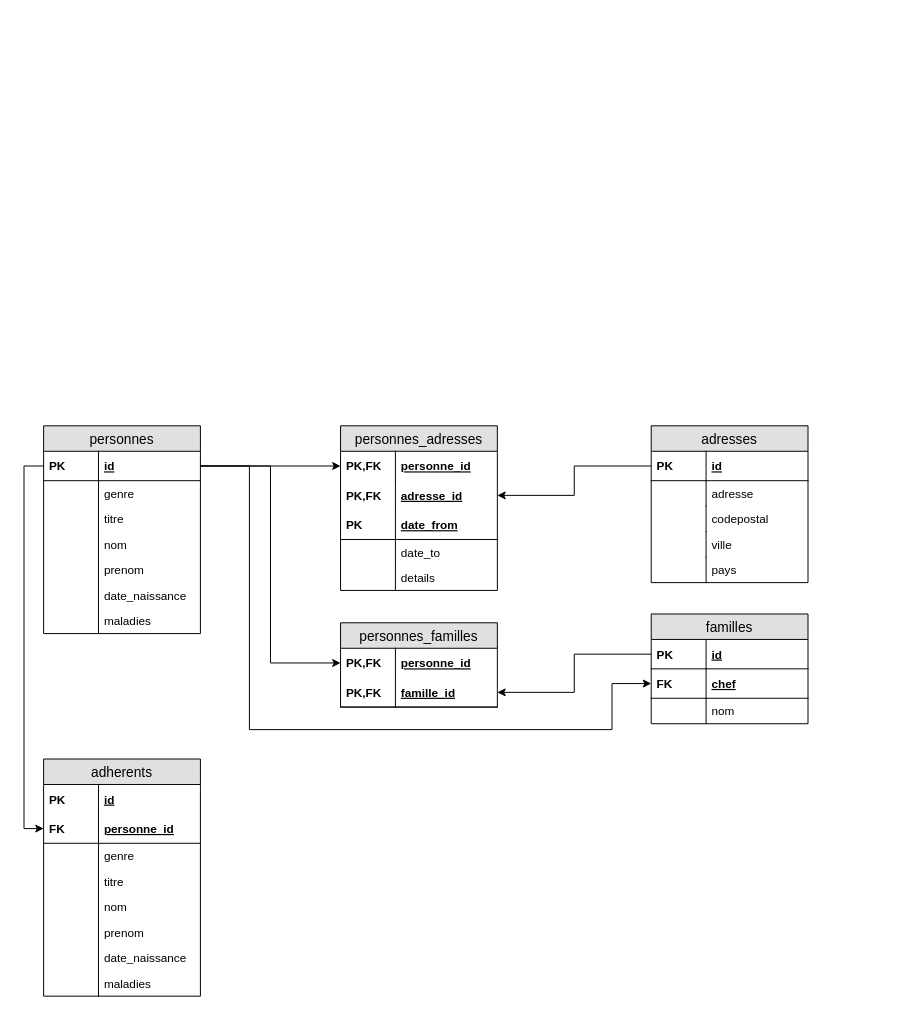
The draw.io diagram architecture.drawio in uniswim/uniswim, before the edit. Source tidied: cells renumbered, new cells numbered last; positions are measured from the earlier drawing's top-left corner, leaving out a move shared by most shapes. Both pictures are drawn from the tidied source at 98%, with x=0, y=0 at pixel (43, 425).
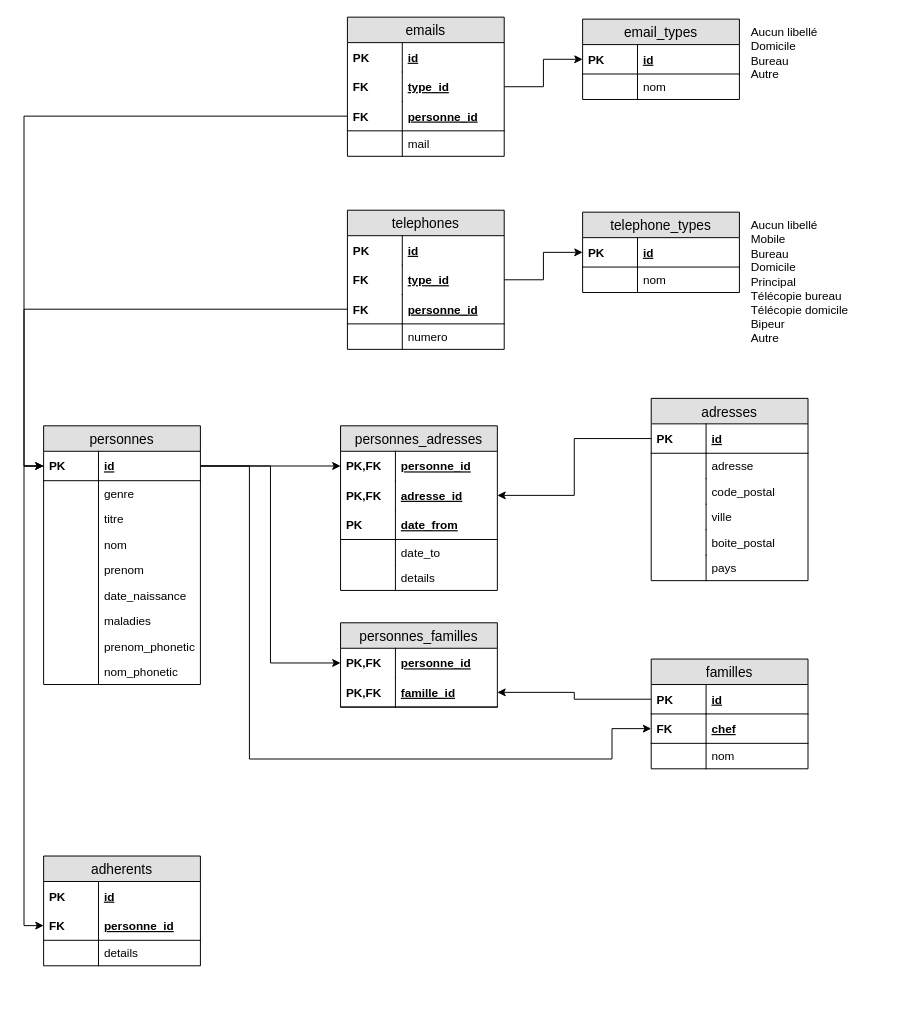
After the change.

The change refers to these unchanged cells:
```xml
<mxCell id="3" value="id" style="shape=partialRectangle;top=0;left=0;right=0;bottom=1;align=left;verticalAlign=middle;fillColor=none;spacingLeft=60;spacingRight=4;overflow=hidden;points=[[0,0.5],[1,0.5]];portConstraint=eastwest;fontStyle=5;fontSize=12;" parent="2" vertex="1">
  <mxGeometry y="26" width="160" height="30" as="geometry" />
</mxCell>
<mxCell id="44" value="chef" style="shape=partialRectangle;top=0;left=0;right=0;bottom=1;align=left;verticalAlign=middle;fillColor=none;spacingLeft=60;spacingRight=4;overflow=hidden;points=[[0,0.5],[1,0.5]];portConstraint=eastwest;fontStyle=5;fontSize=12;" parent="41" vertex="1">
  <mxGeometry y="56" width="160" height="30" as="geometry" />
</mxCell>
```

Change to the diagram source:
```diff
@@
     <mxCell id="2" value="personnes" style="swimlane;fontStyle=0;horizontal=1;startSize=26;fillColor=#e0e0e0;swimlaneFillColor=#ffffff;align=center;fontSize=14;" parent="1" vertex="1">
-      <mxGeometry width="160" height="212" as="geometry" />
+      <mxGeometry width="160" height="264" as="geometry" />
     </mxCell>
@@
+    <mxCell id="74" value="prenom_phonetic" style="shape=partialRectangle;top=0;left=0;right=0;bottom=0;align=left;verticalAlign=top;fillColor=none;spacingLeft=60;spacingRight=4;overflow=hidden;fontSize=12;" parent="2" vertex="1">
+      <mxGeometry y="212" width="160" height="26" as="geometry" />
+    </mxCell>
+    <mxCell id="75" style="shape=partialRectangle;top=0;left=0;bottom=0;fillColor=none;align=left;verticalAlign=top;spacingLeft=4;spacingRight=4;overflow=hidden;fontSize=12;" parent="74" vertex="1">
+      <mxGeometry width="56" height="26" as="geometry" />
+    </mxCell>
+    <mxCell id="76" value="nom_phonetic" style="shape=partialRectangle;top=0;left=0;right=0;bottom=0;align=left;verticalAlign=top;fillColor=none;spacingLeft=60;spacingRight=4;overflow=hidden;fontSize=12;" parent="2" vertex="1">
+      <mxGeometry y="238" width="160" height="26" as="geometry" />
+    </mxCell>
+    <mxCell id="77" style="shape=partialRectangle;top=0;left=0;bottom=0;fillColor=none;align=left;verticalAlign=top;spacingLeft=4;spacingRight=4;overflow=hidden;fontSize=12;" parent="76" vertex="1">
+      <mxGeometry width="56" height="26" as="geometry" />
+    </mxCell>
     <mxCell id="17" value="adresses" style="swimlane;fontStyle=0;horizontal=1;startSize=26;fillColor=#e0e0e0;swimlaneFillColor=#ffffff;align=center;fontSize=14;" parent="1" vertex="1">
-      <mxGeometry x="620" width="160" height="160" as="geometry" />
+      <mxGeometry x="620" y="-28" width="160" height="186" as="geometry" />
     </mxCell>
@@
-    <mxCell id="22" value="codepostal" style="shape=partialRectangle;top=0;left=0;right=0;bottom=0;align=left;verticalAlign=top;fillColor=none;spacingLeft=60;spacingRight=4;overflow=hidden;fontSize=12;" parent="17" vertex="1">
+    <mxCell id="22" value="code_postal" style="shape=partialRectangle;top=0;left=0;right=0;bottom=0;align=left;verticalAlign=top;fillColor=none;spacingLeft=60;spacingRight=4;overflow=hidden;fontSize=12;" parent="17" vertex="1">
       <mxGeometry y="82" width="160" height="26" as="geometry" />
     </mxCell>
@@
-    <mxCell id="26" value="pays" style="shape=partialRectangle;top=0;left=0;right=0;bottom=0;align=left;verticalAlign=top;fillColor=none;spacingLeft=60;spacingRight=4;overflow=hidden;fontSize=12;" parent="17" vertex="1">
+    <mxCell id="26" value="boite_postal" style="shape=partialRectangle;top=0;left=0;right=0;bottom=0;align=left;verticalAlign=top;fillColor=none;spacingLeft=60;spacingRight=4;overflow=hidden;fontSize=12;" parent="17" vertex="1">
       <mxGeometry y="134" width="160" height="26" as="geometry" />
     </mxCell>
@@
+    <mxCell id="78" value="pays" style="shape=partialRectangle;top=0;left=0;right=0;bottom=0;align=left;verticalAlign=top;fillColor=none;spacingLeft=60;spacingRight=4;overflow=hidden;fontSize=12;" parent="17" vertex="1">
+      <mxGeometry y="160" width="160" height="26" as="geometry" />
+    </mxCell>
+    <mxCell id="79" style="shape=partialRectangle;top=0;left=0;bottom=0;fillColor=none;align=left;verticalAlign=top;spacingLeft=4;spacingRight=4;overflow=hidden;fontSize=12;" parent="78" vertex="1">
+      <mxGeometry width="56" height="26" as="geometry" />
+    </mxCell>
@@
     <mxCell id="41" value="familles" style="swimlane;fontStyle=0;horizontal=1;startSize=26;fillColor=#e0e0e0;swimlaneFillColor=#ffffff;align=center;fontSize=14;" parent="1" vertex="1">
-      <mxGeometry x="620" y="192" width="160" height="112" as="geometry" />
+      <mxGeometry x="620" y="238" width="160" height="112" as="geometry" />
     </mxCell>
@@
     <mxCell id="55" style="edgeStyle=orthogonalEdgeStyle;rounded=0;jettySize=auto;html=1;exitX=1;exitY=0.5;exitDx=0;exitDy=0;entryX=0;entryY=0.5;entryDx=0;entryDy=0;" parent="1" edge="1" source="3" target="44">
       <mxGeometry relative="1" as="geometry">
         <Array as="points">
           <mxPoint x="210" y="41" />
-          <mxPoint x="210" y="310" />
-          <mxPoint x="580" y="310" />
-          <mxPoint x="580" y="263" />
+          <mxPoint x="210" y="340" />
+          <mxPoint x="580" y="340" />
+          <mxPoint x="580" y="309" />
         </Array>
       </mxGeometry>
     </mxCell>
     <mxCell id="56" value="adherents" style="swimlane;fontStyle=0;horizontal=1;startSize=26;fillColor=#e0e0e0;swimlaneFillColor=#ffffff;align=center;fontSize=14;" parent="1" vertex="1">
-      <mxGeometry y="340" width="160" height="242" as="geometry" />
+      <mxGeometry y="439" width="160" height="112" as="geometry" />
     </mxCell>
@@
-    <mxCell id="61" value="genre" style="shape=partialRectangle;top=0;left=0;right=0;bottom=0;align=left;verticalAlign=top;fillColor=none;spacingLeft=60;spacingRight=4;overflow=hidden;fontSize=12;" parent="56" vertex="1">
-      <mxGeometry y="86" width="160" height="26" as="geometry" />
-    </mxCell>
-    <mxCell id="62" style="shape=partialRectangle;top=0;left=0;bottom=0;fillColor=none;align=left;verticalAlign=top;spacingLeft=4;spacingRight=4;overflow=hidden;fontSize=12;" parent="61" vertex="1">
-      <mxGeometry width="56" height="26" as="geometry" />
-    </mxCell>
-    <mxCell id="63" value="titre" style="shape=partialRectangle;top=0;left=0;right=0;bottom=0;align=left;verticalAlign=top;fillColor=none;spacingLeft=60;spacingRight=4;overflow=hidden;fontSize=12;" parent="56" vertex="1">
-      <mxGeometry y="112" width="160" height="26" as="geometry" />
-    </mxCell>
-    <mxCell id="64" style="shape=partialRectangle;top=0;left=0;bottom=0;fillColor=none;align=left;verticalAlign=top;spacingLeft=4;spacingRight=4;overflow=hidden;fontSize=12;" parent="63" vertex="1">
-      <mxGeometry width="56" height="26" as="geometry" />
-    </mxCell>
-    <mxCell id="65" value="nom" style="shape=partialRectangle;top=0;left=0;right=0;bottom=0;align=left;verticalAlign=top;fillColor=none;spacingLeft=60;spacingRight=4;overflow=hidden;fontSize=12;" parent="56" vertex="1">
-      <mxGeometry y="138" width="160" height="26" as="geometry" />
-    </mxCell>
-    <mxCell id="66" style="shape=partialRectangle;top=0;left=0;bottom=0;fillColor=none;align=left;verticalAlign=top;spacingLeft=4;spacingRight=4;overflow=hidden;fontSize=12;" parent="65" vertex="1">
-      <mxGeometry width="56" height="26" as="geometry" />
-    </mxCell>
-    <mxCell id="67" value="prenom" style="shape=partialRectangle;top=0;left=0;right=0;bottom=0;align=left;verticalAlign=top;fillColor=none;spacingLeft=60;spacingRight=4;overflow=hidden;fontSize=12;" parent="56" vertex="1">
-      <mxGeometry y="164" width="160" height="26" as="geometry" />
-    </mxCell>
-    <mxCell id="68" style="shape=partialRectangle;top=0;left=0;bottom=0;fillColor=none;align=left;verticalAlign=top;spacingLeft=4;spacingRight=4;overflow=hidden;fontSize=12;" parent="67" vertex="1">
-      <mxGeometry width="56" height="26" as="geometry" />
-    </mxCell>
-    <mxCell id="69" value="date_naissance" style="shape=partialRectangle;top=0;left=0;right=0;bottom=0;align=left;verticalAlign=top;fillColor=none;spacingLeft=60;spacingRight=4;overflow=hidden;fontSize=12;" parent="56" vertex="1">
-      <mxGeometry y="190" width="160" height="26" as="geometry" />
-    </mxCell>
-    <mxCell id="70" style="shape=partialRectangle;top=0;left=0;bottom=0;fillColor=none;align=left;verticalAlign=top;spacingLeft=4;spacingRight=4;overflow=hidden;fontSize=12;" parent="69" vertex="1">
-      <mxGeometry width="56" height="26" as="geometry" />
-    </mxCell>
-    <mxCell id="71" value="maladies" style="shape=partialRectangle;top=0;left=0;right=0;bottom=0;align=left;verticalAlign=top;fillColor=none;spacingLeft=60;spacingRight=4;overflow=hidden;fontSize=12;" parent="56" vertex="1">
-      <mxGeometry y="216" width="160" height="26" as="geometry" />
+    <mxCell id="71" value="details" style="shape=partialRectangle;top=0;left=0;right=0;bottom=0;align=left;verticalAlign=top;fillColor=none;spacingLeft=60;spacingRight=4;overflow=hidden;fontSize=12;" parent="56" vertex="1">
+      <mxGeometry y="86" width="160" height="26" as="geometry" />
     </mxCell>
@@
+    <mxCell id="80" value="telephones" style="swimlane;fontStyle=0;horizontal=1;startSize=26;fillColor=#e0e0e0;swimlaneFillColor=#ffffff;align=center;fontSize=14;" parent="1" vertex="1">
+      <mxGeometry x="310" y="-220" width="160" height="142" as="geometry" />
+    </mxCell>
+    <mxCell id="81" value="id" style="shape=partialRectangle;top=0;left=0;right=0;bottom=1;align=left;verticalAlign=middle;fillColor=none;spacingLeft=60;spacingRight=4;overflow=hidden;fontStyle=5;fontSize=12;strokeColor=none;" parent="80" vertex="1">
+      <mxGeometry y="26" width="160" height="30" as="geometry" />
+    </mxCell>
+    <mxCell id="82" value="PK" style="shape=partialRectangle;fontStyle=1;top=0;left=0;bottom=0;fillColor=none;align=left;verticalAlign=middle;spacingLeft=4;spacingRight=4;overflow=hidden;fontSize=12;" parent="81" vertex="1">
+      <mxGeometry width="56" height="30" as="geometry" />
+    </mxCell>
+    <mxCell id="83" value="type_id" style="shape=partialRectangle;top=0;left=0;right=0;bottom=1;align=left;verticalAlign=middle;fillColor=none;spacingLeft=60;spacingRight=4;overflow=hidden;points=[[0,0.5],[1,0.5]];portConstraint=eastwest;fontStyle=5;fontSize=12;strokeColor=none;" parent="80" vertex="1">
+      <mxGeometry y="56" width="160" height="30" as="geometry" />
+    </mxCell>
+    <mxCell id="84" value="FK" style="shape=partialRectangle;fontStyle=1;top=0;left=0;bottom=0;fillColor=none;align=left;verticalAlign=middle;spacingLeft=4;spacingRight=4;overflow=hidden;fontSize=12;" parent="83" vertex="1">
+      <mxGeometry width="56" height="30" as="geometry" />
+    </mxCell>
+    <mxCell id="85" value="personne_id" style="shape=partialRectangle;top=0;left=0;right=0;bottom=1;align=left;verticalAlign=middle;fillColor=none;spacingLeft=60;spacingRight=4;overflow=hidden;points=[[0,0.5],[1,0.5]];portConstraint=eastwest;fontStyle=5;fontSize=12;" parent="80" vertex="1">
+      <mxGeometry y="86" width="160" height="30" as="geometry" />
+    </mxCell>
+    <mxCell id="86" value="FK" style="shape=partialRectangle;fontStyle=1;top=0;left=0;bottom=0;fillColor=none;align=left;verticalAlign=middle;spacingLeft=4;spacingRight=4;overflow=hidden;fontSize=12;" parent="85" vertex="1">
+      <mxGeometry width="56" height="30" as="geometry" />
+    </mxCell>
+    <mxCell id="87" value="numero" style="shape=partialRectangle;top=0;left=0;right=0;bottom=0;align=left;verticalAlign=top;fillColor=none;spacingLeft=60;spacingRight=4;overflow=hidden;fontSize=12;" parent="80" vertex="1">
+      <mxGeometry y="116" width="160" height="26" as="geometry" />
+    </mxCell>
+    <mxCell id="88" style="shape=partialRectangle;top=0;left=0;bottom=0;fillColor=none;align=left;verticalAlign=top;spacingLeft=4;spacingRight=4;overflow=hidden;fontSize=12;" parent="87" vertex="1">
+      <mxGeometry width="56" height="26" as="geometry" />
+    </mxCell>
+    <mxCell id="89" value="telephone_types" style="swimlane;fontStyle=0;horizontal=1;startSize=26;fillColor=#e0e0e0;swimlaneFillColor=#ffffff;align=center;fontSize=14;" parent="1" vertex="1">
+      <mxGeometry x="550" y="-218" width="160" height="82" as="geometry" />
+    </mxCell>
+    <mxCell id="90" value="id" style="shape=partialRectangle;top=0;left=0;right=0;bottom=1;align=left;verticalAlign=middle;fillColor=none;spacingLeft=60;spacingRight=4;overflow=hidden;points=[[0,0.5],[1,0.5]];portConstraint=eastwest;fontStyle=5;fontSize=12;" parent="89" vertex="1">
+      <mxGeometry y="26" width="160" height="30" as="geometry" />
+    </mxCell>
+    <mxCell id="91" value="PK" style="shape=partialRectangle;fontStyle=1;top=0;left=0;bottom=0;fillColor=none;align=left;verticalAlign=middle;spacingLeft=4;spacingRight=4;overflow=hidden;fontSize=12;" parent="90" vertex="1">
+      <mxGeometry width="56" height="30" as="geometry" />
+    </mxCell>
+    <mxCell id="92" value="nom" style="shape=partialRectangle;top=0;left=0;right=0;bottom=0;align=left;verticalAlign=top;fillColor=none;spacingLeft=60;spacingRight=4;overflow=hidden;fontSize=12;" parent="89" vertex="1">
+      <mxGeometry y="56" width="160" height="26" as="geometry" />
+    </mxCell>
+    <mxCell id="93" style="shape=partialRectangle;top=0;left=0;bottom=0;fillColor=none;align=left;verticalAlign=top;spacingLeft=4;spacingRight=4;overflow=hidden;fontSize=12;" parent="92" vertex="1">
+      <mxGeometry width="56" height="26" as="geometry" />
+    </mxCell>
+    <mxCell id="94" style="edgeStyle=orthogonalEdgeStyle;rounded=0;jettySize=auto;html=1;exitX=1;exitY=0.5;exitDx=0;exitDy=0;entryX=0;entryY=0.5;entryDx=0;entryDy=0;" parent="1" edge="1" source="83" target="90">
+      <mxGeometry relative="1" as="geometry" />
+    </mxCell>
+    <mxCell id="95" style="edgeStyle=orthogonalEdgeStyle;rounded=0;jettySize=auto;html=1;exitX=0;exitY=0.5;exitDx=0;exitDy=0;entryX=0;entryY=0.5;entryDx=0;entryDy=0;" parent="1" edge="1" source="85" target="3">
+      <mxGeometry relative="1" as="geometry" />
+    </mxCell>
+    <mxCell id="96" value="Aucun libellé&lt;br&gt;Mobile&lt;br&gt;Bureau&lt;br&gt;Domicile&lt;br&gt;Principal&lt;br&gt;Télécopie bureau&lt;br&gt;Télécopie domicile&lt;br&gt;Bipeur&lt;br&gt;Autre" style="text;html=1;strokeColor=none;fillColor=none;align=left;verticalAlign=top;whiteSpace=wrap;rounded=0;" parent="1" vertex="1">
+      <mxGeometry x="720" y="-218" width="160" height="141" as="geometry" />
+    </mxCell>
+    <mxCell id="97" value="emails" style="swimlane;fontStyle=0;horizontal=1;startSize=26;fillColor=#e0e0e0;swimlaneFillColor=#ffffff;align=center;fontSize=14;" parent="1" vertex="1">
+      <mxGeometry x="310" y="-417" width="160" height="142" as="geometry" />
+    </mxCell>
+    <mxCell id="98" value="id" style="shape=partialRectangle;top=0;left=0;right=0;bottom=1;align=left;verticalAlign=middle;fillColor=none;spacingLeft=60;spacingRight=4;overflow=hidden;fontStyle=5;fontSize=12;strokeColor=none;" parent="97" vertex="1">
+      <mxGeometry y="26" width="160" height="30" as="geometry" />
+    </mxCell>
+    <mxCell id="99" value="PK" style="shape=partialRectangle;fontStyle=1;top=0;left=0;bottom=0;fillColor=none;align=left;verticalAlign=middle;spacingLeft=4;spacingRight=4;overflow=hidden;fontSize=12;" parent="98" vertex="1">
+      <mxGeometry width="56" height="30" as="geometry" />
+    </mxCell>
+    <mxCell id="100" value="type_id" style="shape=partialRectangle;top=0;left=0;right=0;bottom=1;align=left;verticalAlign=middle;fillColor=none;spacingLeft=60;spacingRight=4;overflow=hidden;points=[[0,0.5],[1,0.5]];portConstraint=eastwest;fontStyle=5;fontSize=12;strokeColor=none;" parent="97" vertex="1">
+      <mxGeometry y="56" width="160" height="30" as="geometry" />
+    </mxCell>
+    <mxCell id="101" value="FK" style="shape=partialRectangle;fontStyle=1;top=0;left=0;bottom=0;fillColor=none;align=left;verticalAlign=middle;spacingLeft=4;spacingRight=4;overflow=hidden;fontSize=12;" parent="100" vertex="1">
+      <mxGeometry width="56" height="30" as="geometry" />
+    </mxCell>
+    <mxCell id="102" value="personne_id" style="shape=partialRectangle;top=0;left=0;right=0;bottom=1;align=left;verticalAlign=middle;fillColor=none;spacingLeft=60;spacingRight=4;overflow=hidden;points=[[0,0.5],[1,0.5]];portConstraint=eastwest;fontStyle=5;fontSize=12;" parent="97" vertex="1">
+      <mxGeometry y="86" width="160" height="30" as="geometry" />
+    </mxCell>
+    <mxCell id="103" value="FK" style="shape=partialRectangle;fontStyle=1;top=0;left=0;bottom=0;fillColor=none;align=left;verticalAlign=middle;spacingLeft=4;spacingRight=4;overflow=hidden;fontSize=12;" parent="102" vertex="1">
+      <mxGeometry width="56" height="30" as="geometry" />
+    </mxCell>
+    <mxCell id="104" value="mail" style="shape=partialRectangle;top=0;left=0;right=0;bottom=0;align=left;verticalAlign=top;fillColor=none;spacingLeft=60;spacingRight=4;overflow=hidden;fontSize=12;" parent="97" vertex="1">
+      <mxGeometry y="116" width="160" height="26" as="geometry" />
+    </mxCell>
+    <mxCell id="105" style="shape=partialRectangle;top=0;left=0;bottom=0;fillColor=none;align=left;verticalAlign=top;spacingLeft=4;spacingRight=4;overflow=hidden;fontSize=12;" parent="104" vertex="1">
+      <mxGeometry width="56" height="26" as="geometry" />
+    </mxCell>
+    <mxCell id="106" value="email_types" style="swimlane;fontStyle=0;horizontal=1;startSize=26;fillColor=#e0e0e0;swimlaneFillColor=#ffffff;align=center;fontSize=14;" parent="1" vertex="1">
+      <mxGeometry x="550" y="-415" width="160" height="82" as="geometry" />
+    </mxCell>
+    <mxCell id="107" value="id" style="shape=partialRectangle;top=0;left=0;right=0;bottom=1;align=left;verticalAlign=middle;fillColor=none;spacingLeft=60;spacingRight=4;overflow=hidden;points=[[0,0.5],[1,0.5]];portConstraint=eastwest;fontStyle=5;fontSize=12;" parent="106" vertex="1">
+      <mxGeometry y="26" width="160" height="30" as="geometry" />
+    </mxCell>
+    <mxCell id="108" value="PK" style="shape=partialRectangle;fontStyle=1;top=0;left=0;bottom=0;fillColor=none;align=left;verticalAlign=middle;spacingLeft=4;spacingRight=4;overflow=hidden;fontSize=12;" parent="107" vertex="1">
+      <mxGeometry width="56" height="30" as="geometry" />
+    </mxCell>
+    <mxCell id="109" value="nom" style="shape=partialRectangle;top=0;left=0;right=0;bottom=0;align=left;verticalAlign=top;fillColor=none;spacingLeft=60;spacingRight=4;overflow=hidden;fontSize=12;" parent="106" vertex="1">
+      <mxGeometry y="56" width="160" height="26" as="geometry" />
+    </mxCell>
+    <mxCell id="110" style="shape=partialRectangle;top=0;left=0;bottom=0;fillColor=none;align=left;verticalAlign=top;spacingLeft=4;spacingRight=4;overflow=hidden;fontSize=12;" parent="109" vertex="1">
+      <mxGeometry width="56" height="26" as="geometry" />
+    </mxCell>
+    <mxCell id="111" value="Aucun libellé&lt;br&gt;Domicile&lt;br&gt;Bureau&lt;br&gt;Autre" style="text;html=1;strokeColor=none;fillColor=none;align=left;verticalAlign=top;whiteSpace=wrap;rounded=0;" parent="1" vertex="1">
+      <mxGeometry x="720" y="-415" width="160" height="88" as="geometry" />
+    </mxCell>
+    <mxCell id="112" style="edgeStyle=orthogonalEdgeStyle;rounded=0;jettySize=auto;html=1;exitX=1;exitY=0.5;exitDx=0;exitDy=0;entryX=0;entryY=0.5;entryDx=0;entryDy=0;" parent="1" edge="1" source="100" target="107">
+      <mxGeometry relative="1" as="geometry" />
+    </mxCell>
+    <mxCell id="113" style="edgeStyle=orthogonalEdgeStyle;rounded=0;jettySize=auto;html=1;exitX=0;exitY=0.5;exitDx=0;exitDy=0;entryX=0;entryY=0.5;entryDx=0;entryDy=0;" parent="1" edge="1" source="102" target="3">
+      <mxGeometry relative="1" as="geometry" />
+    </mxCell>
```
